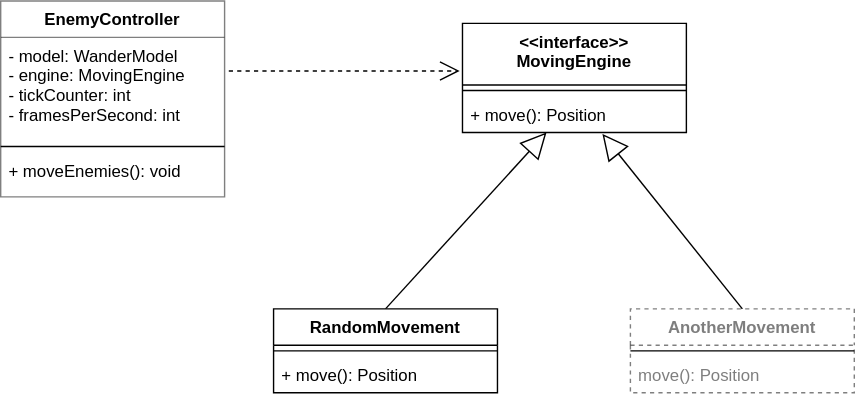
marhcouto/fallout0 keeps this draw.io diagram as docs/images/uml/movement.svg. Above is the earlier version. Source tidied: cells renumbered, new cells last; positions are measured from the earlier drawing's top-left corner, leaving out a move shared by most shapes. Its diagram source:
```xml
<mxGraphModel>
  <root>
    <mxCell id="0" />
    <mxCell id="1" parent="0" />
    <mxCell id="2" value="&lt;&lt;interface&gt;&gt;&#10;MovingEngine" style="swimlane;fontStyle=1;align=center;verticalAlign=top;horizontal=1;startSize=44;rounded=0;" parent="1" vertex="1">
      <mxGeometry x="330" y="16" width="160" height="78" as="geometry" />
    </mxCell>
    <mxCell id="3" style="line;strokeWidth=1;fillColor=none;align=left;verticalAlign=middle;spacingTop=-1;spacingLeft=3;spacingRight=3;labelPosition=right;" parent="2" vertex="1">
      <mxGeometry y="44" width="160" height="8" as="geometry" />
    </mxCell>
    <mxCell id="4" value="+ move(): Position" style="text;strokeColor=none;fillColor=none;align=left;verticalAlign=top;spacingLeft=4;spacingRight=4;overflow=hidden;points=[[0,0.5],[1,0.5]];portConstraint=eastwest;" parent="2" vertex="1">
      <mxGeometry y="52" width="160" height="26" as="geometry" />
    </mxCell>
    <mxCell id="5" style="endArrow=block;endSize=16;endFill=0;html=1;entryX=0.375;entryY=1;entryDx=0;entryDy=0;entryPerimeter=0;exitX=0.5;exitY=0;exitDx=0;exitDy=0;" parent="1" edge="1" source="6" target="4">
      <mxGeometry relative="1" as="geometry" />
    </mxCell>
    <mxCell id="6" value="RandomMovement" style="swimlane;fontStyle=1;align=center;verticalAlign=top;horizontal=1;startSize=26;rounded=0;" parent="1" vertex="1">
      <mxGeometry x="195" y="220" width="160" height="60" as="geometry" />
    </mxCell>
    <mxCell id="7" style="line;strokeWidth=1;fillColor=none;align=left;verticalAlign=middle;spacingTop=-1;spacingLeft=3;spacingRight=3;labelPosition=right;" parent="6" vertex="1">
      <mxGeometry y="26" width="160" height="8" as="geometry" />
    </mxCell>
    <mxCell id="8" value="+ move(): Position" style="text;strokeColor=none;fillColor=none;align=left;verticalAlign=top;spacingLeft=4;spacingRight=4;overflow=hidden;" parent="6" vertex="1">
      <mxGeometry y="34" width="160" height="26" as="geometry" />
    </mxCell>
    <mxCell id="9" value="AnotherMovement" style="swimlane;fontStyle=1;align=center;verticalAlign=top;horizontal=1;startSize=26;dashed=1;opacity=50;textOpacity=50;rounded=0;" parent="1" vertex="1">
      <mxGeometry x="450" y="220" width="160" height="60" as="geometry" />
    </mxCell>
    <mxCell id="10" style="line;strokeWidth=1;fillColor=none;align=left;verticalAlign=middle;spacingTop=-1;spacingLeft=3;spacingRight=3;labelPosition=right;" parent="9" vertex="1">
      <mxGeometry y="26" width="160" height="8" as="geometry" />
    </mxCell>
    <mxCell id="11" value="move(): Position" style="text;strokeColor=none;fillColor=none;align=left;verticalAlign=top;spacingLeft=4;spacingRight=4;overflow=hidden;textOpacity=50;" parent="9" vertex="1">
      <mxGeometry y="34" width="160" height="26" as="geometry" />
    </mxCell>
    <mxCell id="12" style="endArrow=block;endSize=16;endFill=0;html=1;exitX=0.5;exitY=0;exitDx=0;exitDy=0;entryX=0.625;entryY=1.038;entryDx=0;entryDy=0;entryPerimeter=0;" parent="1" edge="1" source="9" target="4">
      <mxGeometry relative="1" as="geometry" />
    </mxCell>
    <mxCell id="13" value="EnemyController" style="swimlane;fontStyle=1;align=center;verticalAlign=top;horizontal=1;startSize=26;strokeColor=#000000;opacity=50;rounded=0;arcSize=24;" parent="1" vertex="1">
      <mxGeometry width="160" height="140" as="geometry" />
    </mxCell>
    <mxCell id="14" value="- model: WanderModel&#10;- engine: MovingEngine&#10;- tickCounter: int&#10;- framesPerSecond: int" style="text;strokeColor=none;fillColor=none;align=left;verticalAlign=top;spacingLeft=4;spacingRight=4;overflow=hidden;" parent="13" vertex="1">
      <mxGeometry y="26" width="160" height="74" as="geometry" />
    </mxCell>
    <mxCell id="15" style="line;strokeWidth=1;fillColor=none;align=left;verticalAlign=middle;spacingTop=-1;spacingLeft=3;spacingRight=3;labelPosition=right;" parent="13" vertex="1">
      <mxGeometry y="100" width="160" height="8" as="geometry" />
    </mxCell>
    <mxCell id="16" value="+ moveEnemies(): void" style="text;strokeColor=none;fillColor=none;align=left;verticalAlign=top;spacingLeft=4;spacingRight=4;overflow=hidden;" parent="13" vertex="1">
      <mxGeometry y="108" width="160" height="32" as="geometry" />
    </mxCell>
    <mxCell id="17" style="endArrow=open;endSize=12;dashed=1;html=1;" parent="1" edge="1">
      <mxGeometry relative="1" as="geometry">
        <mxPoint x="163" y="50" as="sourcePoint" />
        <mxPoint x="328" y="50" as="targetPoint" />
      </mxGeometry>
    </mxCell>
  </root>
</mxGraphModel>
```
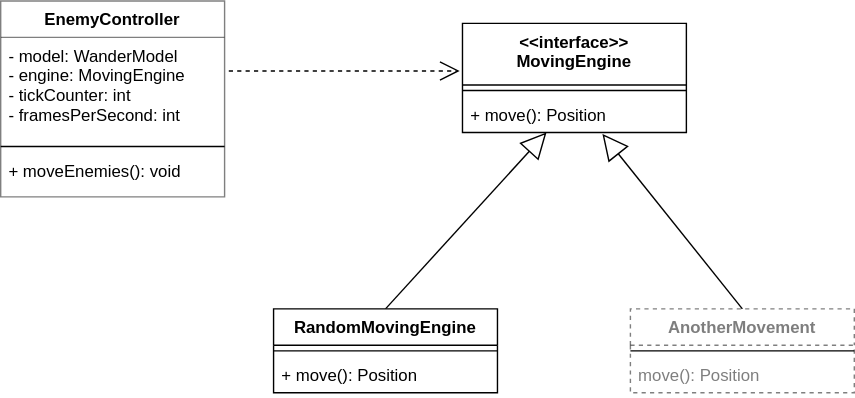
After the commit.

Change to the diagram source:
```diff
@@ -14,7 +14,7 @@
     <mxCell id="5" style="endArrow=block;endSize=16;endFill=0;html=1;entryX=0.375;entryY=1;entryDx=0;entryDy=0;entryPerimeter=0;exitX=0.5;exitY=0;exitDx=0;exitDy=0;" parent="1" edge="1" source="6" target="4">
       <mxGeometry relative="1" as="geometry" />
     </mxCell>
-    <mxCell id="6" value="RandomMovement" style="swimlane;fontStyle=1;align=center;verticalAlign=top;horizontal=1;startSize=26;rounded=0;" parent="1" vertex="1">
+    <mxCell id="6" value="RandomMovingEngine" style="swimlane;fontStyle=1;align=center;verticalAlign=top;horizontal=1;startSize=26;rounded=0;" parent="1" vertex="1">
       <mxGeometry x="195" y="220" width="160" height="60" as="geometry" />
     </mxCell>
     <mxCell id="7" style="line;strokeWidth=1;fillColor=none;align=left;verticalAlign=middle;spacingTop=-1;spacingLeft=3;spacingRight=3;labelPosition=right;" parent="6" vertex="1">
```
